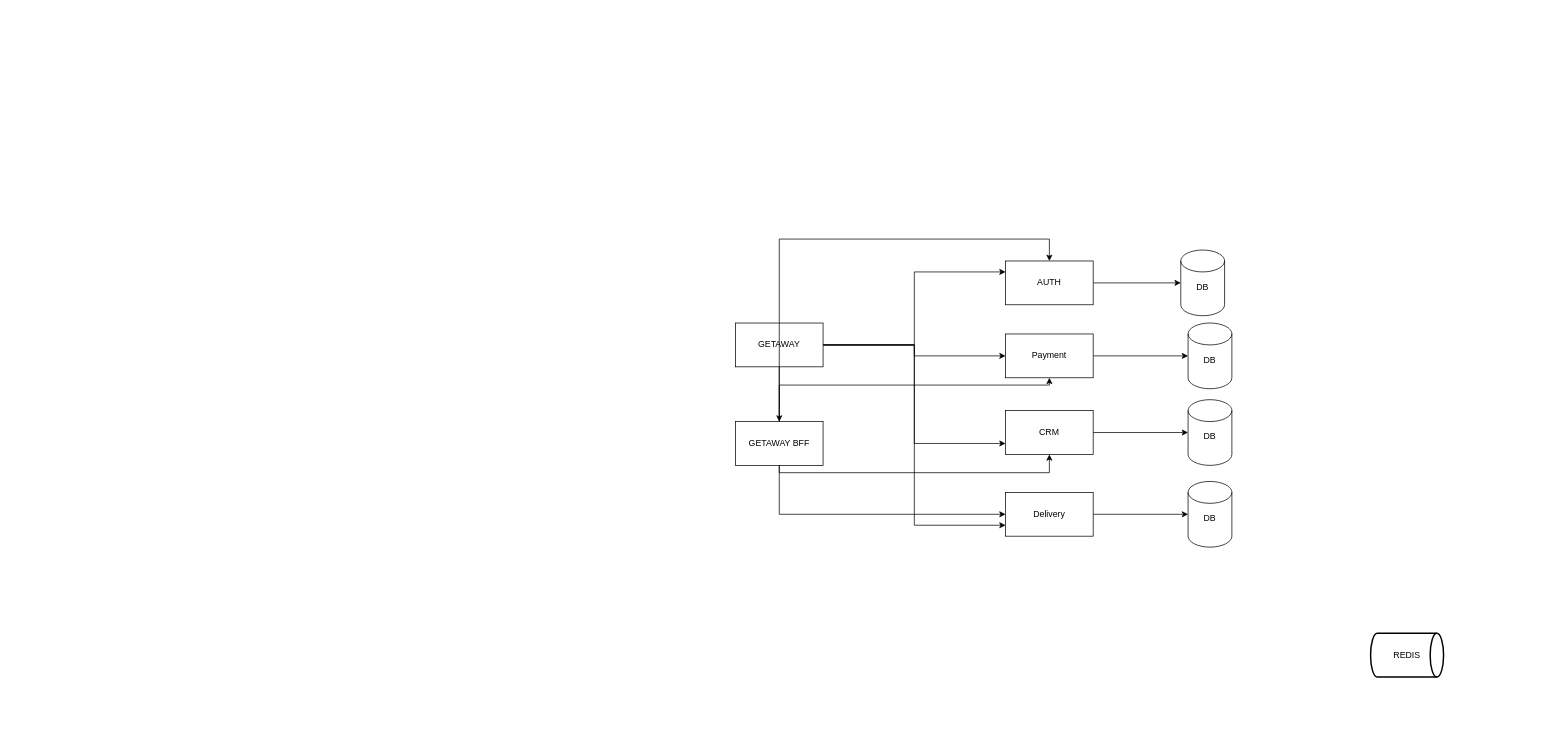
Above: lamenu.drawio in JscorpTech/draw (draw.io), before the change. Source tidied: cells renumbered, new cells numbered last; positions are measured from the earlier drawing's top-left corner, leaving out a move shared by most shapes. Both pictures are drawn from the tidied source at 73%, with x=0, y=0 at pixel (735, 239).
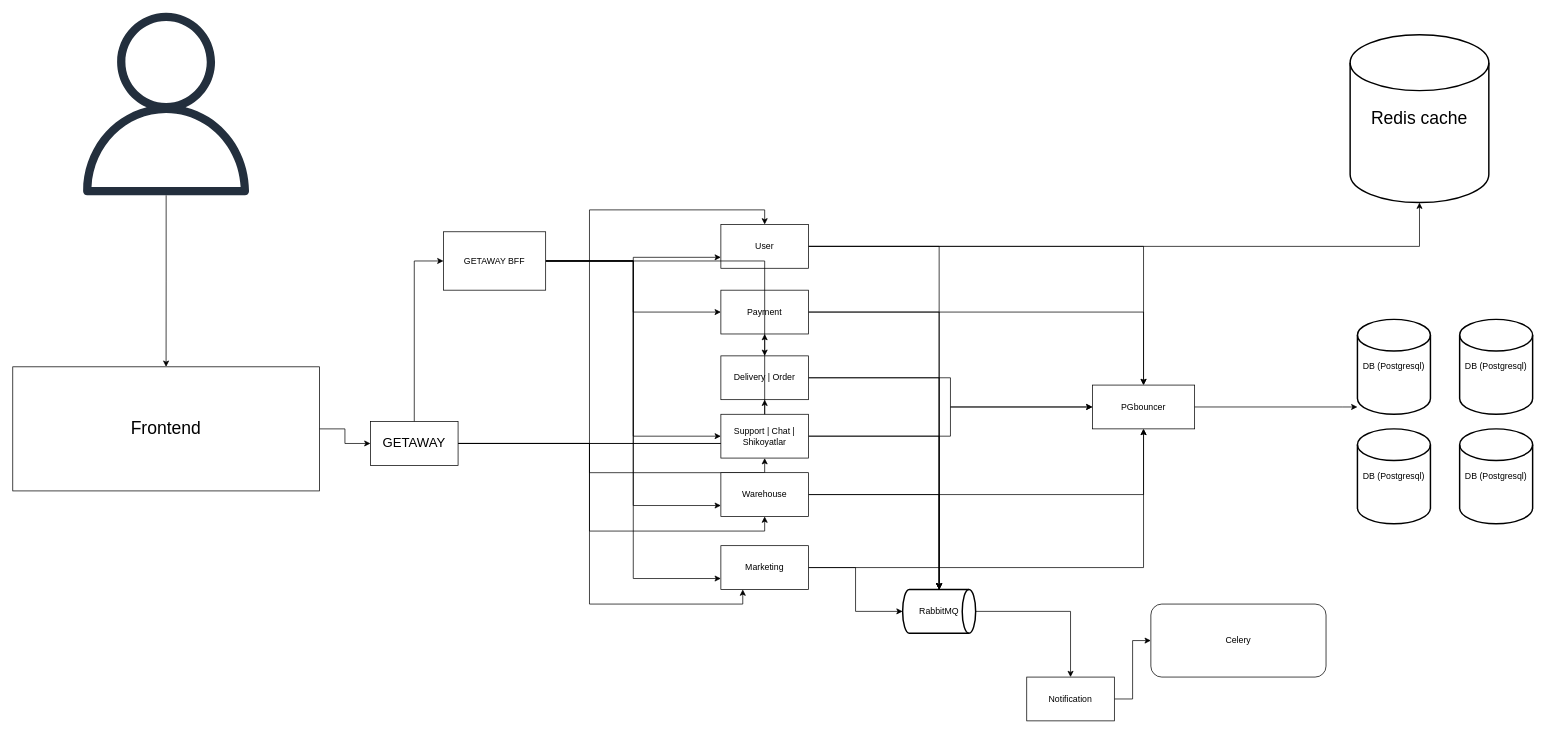
After the change.

Diff of the diagram source:
```diff
@@
-    <mxCell id="2" value="DB&lt;div&gt;&lt;br&gt;&lt;/div&gt;" style="shape=cylinder3;whiteSpace=wrap;html=1;boundedLbl=1;backgroundOutline=1;size=15;" parent="1" vertex="1">
-      <mxGeometry x="610" y="15" width="60" height="90" as="geometry" />
-    </mxCell>
-    <mxCell id="3" value="REDIS" style="strokeWidth=2;html=1;shape=mxgraph.flowchart.direct_data;whiteSpace=wrap;" parent="1" vertex="1">
-      <mxGeometry x="870" y="540" width="100" height="60" as="geometry" />
-    </mxCell>
-    <mxCell id="4" style="edgeStyle=orthogonalEdgeStyle;rounded=0;jettySize=auto;html=1;" parent="1" edge="1" source="5" target="2">
-      <mxGeometry relative="1" as="geometry" />
-    </mxCell>
+    <mxCell id="26" style="edgeStyle=orthogonalEdgeStyle;rounded=0;jettySize=auto;html=1;" parent="1" edge="1" source="5" target="51">
+      <mxGeometry relative="1" as="geometry" />
+    </mxCell>
+    <mxCell id="27" style="edgeStyle=orthogonalEdgeStyle;rounded=0;jettySize=auto;html=1;" parent="1" edge="1" source="5" target="52">
+      <mxGeometry relative="1" as="geometry" />
+    </mxCell>
+    <mxCell id="28" style="edgeStyle=orthogonalEdgeStyle;rounded=0;jettySize=auto;html=1;" parent="1" edge="1" source="5" target="55">
+      <mxGeometry relative="1" as="geometry" />
+    </mxCell>
-    <mxCell id="5" value="AUTH" style="rounded=0;whiteSpace=wrap;html=1;" parent="1" vertex="1">
-      <mxGeometry x="370" y="30" width="120" height="60" as="geometry" />
+    <mxCell id="5" value="User" style="rounded=0;whiteSpace=wrap;html=1;fillColor=light-dark(#FFFFFF,#006600);" parent="1" vertex="1">
+      <mxGeometry x="-20" y="-20" width="120" height="60" as="geometry" />
     </mxCell>
-    <mxCell id="6" style="edgeStyle=orthogonalEdgeStyle;rounded=0;jettySize=auto;html=1;" parent="1" edge="1" source="7" target="8">
-      <mxGeometry relative="1" as="geometry" />
-    </mxCell>
+    <mxCell id="29" style="edgeStyle=orthogonalEdgeStyle;rounded=0;jettySize=auto;html=1;" parent="1" edge="1" source="7" target="51">
+      <mxGeometry relative="1" as="geometry" />
+    </mxCell>
+    <mxCell id="30" style="edgeStyle=orthogonalEdgeStyle;rounded=0;jettySize=auto;html=1;" parent="1" edge="1" source="7" target="55">
+      <mxGeometry relative="1" as="geometry" />
+    </mxCell>
-    <mxCell id="7" value="Payment" style="rounded=0;whiteSpace=wrap;html=1;" parent="1" vertex="1">
-      <mxGeometry x="370" y="130" width="120" height="60" as="geometry" />
+    <mxCell id="7" value="Payment" style="rounded=0;whiteSpace=wrap;html=1;fillColor=light-dark(#FFFFFF,#006600);" parent="1" vertex="1">
+      <mxGeometry x="-20" y="70" width="120" height="60" as="geometry" />
     </mxCell>
-    <mxCell id="8" value="DB&lt;div&gt;&lt;br&gt;&lt;/div&gt;" style="shape=cylinder3;whiteSpace=wrap;html=1;boundedLbl=1;backgroundOutline=1;size=15;" parent="1" vertex="1">
-      <mxGeometry x="620" y="115" width="60" height="90" as="geometry" />
-    </mxCell>
-    <mxCell id="9" value="CRM" style="rounded=0;whiteSpace=wrap;html=1;" parent="1" vertex="1">
-      <mxGeometry x="370" y="235" width="120" height="60" as="geometry" />
-    </mxCell>
-    <mxCell id="10" style="edgeStyle=orthogonalEdgeStyle;rounded=0;jettySize=auto;html=1;" parent="1" edge="1" source="9" target="11">
-      <mxGeometry relative="1" as="geometry" />
-    </mxCell>
-    <mxCell id="11" value="DB&lt;div&gt;&lt;br&gt;&lt;/div&gt;" style="shape=cylinder3;whiteSpace=wrap;html=1;boundedLbl=1;backgroundOutline=1;size=15;" parent="1" vertex="1">
-      <mxGeometry x="620" y="220" width="60" height="90" as="geometry" />
-    </mxCell>
+    <mxCell id="31" style="edgeStyle=orthogonalEdgeStyle;rounded=0;jettySize=auto;html=1;" parent="1" edge="1" source="12" target="51">
+      <mxGeometry relative="1" as="geometry" />
+    </mxCell>
+    <mxCell id="32" style="edgeStyle=orthogonalEdgeStyle;rounded=0;jettySize=auto;html=1;" parent="1" edge="1" source="12" target="55">
+      <mxGeometry relative="1" as="geometry" />
+    </mxCell>
-    <mxCell id="12" value="Delivery" style="rounded=0;whiteSpace=wrap;html=1;" parent="1" vertex="1">
-      <mxGeometry x="370" y="347" width="120" height="60" as="geometry" />
+    <mxCell id="12" value="Delivery | Order" style="rounded=0;whiteSpace=wrap;html=1;fillColor=light-dark(#FFFFFF,#006600);" parent="1" vertex="1">
+      <mxGeometry x="-20" y="160" width="120" height="60" as="geometry" />
     </mxCell>
-    <mxCell id="13" style="edgeStyle=orthogonalEdgeStyle;rounded=0;jettySize=auto;html=1;" parent="1" edge="1" source="12" target="14">
-      <mxGeometry relative="1" as="geometry" />
-    </mxCell>
-    <mxCell id="14" value="DB&lt;div&gt;&lt;br&gt;&lt;/div&gt;" style="shape=cylinder3;whiteSpace=wrap;html=1;boundedLbl=1;backgroundOutline=1;size=15;" parent="1" vertex="1">
-      <mxGeometry x="620" y="332" width="60" height="90" as="geometry" />
-    </mxCell>
-    <mxCell id="15" style="edgeStyle=orthogonalEdgeStyle;rounded=0;jettySize=auto;html=1;entryX=0;entryY=0.25;entryDx=0;entryDy=0;" parent="1" edge="1" source="20" target="5">
+    <mxCell id="15" style="edgeStyle=orthogonalEdgeStyle;rounded=0;jettySize=auto;html=1;entryX=0.5;entryY=0;entryDx=0;entryDy=0;" parent="1" edge="1" source="20" target="5">
       <mxGeometry relative="1" as="geometry" />
     </mxCell>
@@
-    <mxCell id="17" style="edgeStyle=orthogonalEdgeStyle;rounded=0;jettySize=auto;html=1;entryX=0;entryY=0.75;entryDx=0;entryDy=0;" parent="1" edge="1" source="20" target="9">
-      <mxGeometry relative="1" as="geometry" />
-    </mxCell>
-    <mxCell id="18" style="edgeStyle=orthogonalEdgeStyle;rounded=0;jettySize=auto;html=1;entryX=0;entryY=0.75;entryDx=0;entryDy=0;" parent="1" edge="1" source="20" target="12">
+    <mxCell id="18" style="edgeStyle=orthogonalEdgeStyle;rounded=0;jettySize=auto;html=1;" parent="1" edge="1" source="20" target="12">
       <mxGeometry relative="1" as="geometry" />
     </mxCell>
+    <mxCell id="33" style="edgeStyle=orthogonalEdgeStyle;rounded=0;jettySize=auto;html=1;entryX=0.5;entryY=1;entryDx=0;entryDy=0;" parent="1" edge="1" source="20" target="41">
+      <mxGeometry relative="1" as="geometry" />
+    </mxCell>
+    <mxCell id="34" style="edgeStyle=orthogonalEdgeStyle;rounded=0;jettySize=auto;html=1;entryX=0.5;entryY=1;entryDx=0;entryDy=0;" parent="1" edge="1" source="20" target="49">
+      <mxGeometry relative="1" as="geometry" />
+    </mxCell>
+    <mxCell id="35" style="edgeStyle=orthogonalEdgeStyle;rounded=0;jettySize=auto;html=1;entryX=0.25;entryY=1;entryDx=0;entryDy=0;" parent="1" edge="1" source="20" target="46">
+      <mxGeometry relative="1" as="geometry" />
+    </mxCell>
-    <mxCell id="19" style="edgeStyle=orthogonalEdgeStyle;rounded=0;jettySize=auto;html=1;" parent="1" edge="1" source="20" target="25">
+    <mxCell id="19" style="edgeStyle=orthogonalEdgeStyle;rounded=0;jettySize=auto;html=1;entryX=0;entryY=0.5;entryDx=0;entryDy=0;" parent="1" edge="1" source="20" target="25">
       <mxGeometry relative="1" as="geometry" />
     </mxCell>
-    <mxCell id="20" value="GETAWAY" style="rounded=0;whiteSpace=wrap;html=1;" parent="1" vertex="1">
-      <mxGeometry y="115" width="120" height="60" as="geometry" />
+    <mxCell id="20" value="&lt;font style=&quot;color: light-dark(rgb(0, 0, 0), rgb(0, 0, 0)); font-size: 18px;&quot;&gt;GETAWAY&lt;/font&gt;" style="rounded=0;whiteSpace=wrap;html=1;fillColor=light-dark(#FFFFFF,#00CCCC);" parent="1" vertex="1">
+      <mxGeometry x="-500" y="250" width="120" height="60" as="geometry" />
     </mxCell>
+    <mxCell id="24" style="edgeStyle=orthogonalEdgeStyle;rounded=0;jettySize=auto;html=1;" parent="1" edge="1" source="25" target="12">
+      <mxGeometry relative="1" as="geometry" />
+    </mxCell>
-    <mxCell id="21" style="edgeStyle=orthogonalEdgeStyle;rounded=0;jettySize=auto;html=1;" parent="1" edge="1" source="25" target="5">
-      <mxGeometry relative="1" as="geometry">
-        <Array as="points">
-          <mxPoint x="60" />
-          <mxPoint x="430" />
-        </Array>
-      </mxGeometry>
+    <mxCell id="21" style="edgeStyle=orthogonalEdgeStyle;rounded=0;jettySize=auto;html=1;entryX=0;entryY=0.75;entryDx=0;entryDy=0;" parent="1" edge="1" source="25" target="5">
+      <mxGeometry relative="1" as="geometry" />
     </mxCell>
-    <mxCell id="22" style="edgeStyle=orthogonalEdgeStyle;rounded=0;jettySize=auto;html=1;" parent="1" edge="1" source="25" target="7">
-      <mxGeometry relative="1" as="geometry">
-        <Array as="points">
-          <mxPoint x="60" y="200" />
-          <mxPoint x="430" y="200" />
-        </Array>
-      </mxGeometry>
+    <mxCell id="22" style="edgeStyle=orthogonalEdgeStyle;rounded=0;jettySize=auto;html=1;entryX=0;entryY=0.5;entryDx=0;entryDy=0;" parent="1" edge="1" source="25" target="7">
+      <mxGeometry relative="1" as="geometry" />
     </mxCell>
-    <mxCell id="23" style="edgeStyle=orthogonalEdgeStyle;rounded=0;jettySize=auto;html=1;" parent="1" edge="1" source="25" target="9">
-      <mxGeometry relative="1" as="geometry">
-        <Array as="points">
-          <mxPoint x="60" y="320" />
-          <mxPoint x="430" y="320" />
-        </Array>
-      </mxGeometry>
-    </mxCell>
-    <mxCell id="24" style="edgeStyle=orthogonalEdgeStyle;rounded=0;jettySize=auto;html=1;" parent="1" edge="1" source="25" target="12">
-      <mxGeometry relative="1" as="geometry">
-        <Array as="points">
-          <mxPoint x="60" y="377" />
-        </Array>
-      </mxGeometry>
-    </mxCell>
+    <mxCell id="36" style="edgeStyle=orthogonalEdgeStyle;rounded=0;jettySize=auto;html=1;entryX=0;entryY=0.5;entryDx=0;entryDy=0;" parent="1" edge="1" source="25" target="41">
+      <mxGeometry relative="1" as="geometry" />
+    </mxCell>
+    <mxCell id="37" style="edgeStyle=orthogonalEdgeStyle;rounded=0;jettySize=auto;html=1;entryX=0;entryY=0.75;entryDx=0;entryDy=0;" parent="1" edge="1" source="25" target="49">
+      <mxGeometry relative="1" as="geometry" />
+    </mxCell>
+    <mxCell id="38" style="edgeStyle=orthogonalEdgeStyle;rounded=0;jettySize=auto;html=1;entryX=0;entryY=0.75;entryDx=0;entryDy=0;" parent="1" edge="1" source="25" target="46">
+      <mxGeometry relative="1" as="geometry" />
+    </mxCell>
-    <mxCell id="25" value="GETAWAY BFF" style="rounded=0;whiteSpace=wrap;html=1;" parent="1" vertex="1">
-      <mxGeometry y="250" width="120" height="60" as="geometry" />
+    <mxCell id="25" value="GETAWAY BFF" style="rounded=0;whiteSpace=wrap;html=1;fillColor=light-dark(#FFFFFF,#006600);" parent="1" vertex="1">
+      <mxGeometry x="-400" y="-10" width="140" height="80" as="geometry" />
     </mxCell>
+    <mxCell id="39" style="edgeStyle=orthogonalEdgeStyle;rounded=0;jettySize=auto;html=1;" parent="1" edge="1" source="41" target="51">
+      <mxGeometry relative="1" as="geometry" />
+    </mxCell>
+    <mxCell id="40" style="edgeStyle=orthogonalEdgeStyle;rounded=0;jettySize=auto;html=1;" parent="1" edge="1" source="41" target="55">
+      <mxGeometry relative="1" as="geometry" />
+    </mxCell>
+    <mxCell id="41" value="Support | Chat | Shikoyatlar" style="rounded=0;whiteSpace=wrap;html=1;fillColor=light-dark(#FFFFFF,#006600);" parent="1" vertex="1">
+      <mxGeometry x="-20" y="240" width="120" height="60" as="geometry" />
+    </mxCell>
+    <mxCell id="42" style="edgeStyle=orthogonalEdgeStyle;rounded=0;jettySize=auto;html=1;" parent="1" edge="1" source="43" target="56">
+      <mxGeometry relative="1" as="geometry" />
+    </mxCell>
+    <mxCell id="43" value="Notification" style="rounded=0;whiteSpace=wrap;html=1;fillColor=light-dark(#FFFFFF,#009900);" parent="1" vertex="1">
+      <mxGeometry x="399" y="600" width="120" height="60" as="geometry" />
+    </mxCell>
+    <mxCell id="44" style="edgeStyle=orthogonalEdgeStyle;rounded=0;jettySize=auto;html=1;" parent="1" edge="1" source="46" target="51">
+      <mxGeometry relative="1" as="geometry" />
+    </mxCell>
+    <mxCell id="45" style="edgeStyle=orthogonalEdgeStyle;rounded=0;jettySize=auto;html=1;" parent="1" edge="1" source="46" target="55">
+      <mxGeometry relative="1" as="geometry" />
+    </mxCell>
+    <mxCell id="46" value="Marketing" style="rounded=0;whiteSpace=wrap;html=1;fillColor=light-dark(#FFFFFF,#006600);" parent="1" vertex="1">
+      <mxGeometry x="-20" y="420" width="120" height="60" as="geometry" />
+    </mxCell>
+    <mxCell id="47" style="edgeStyle=orthogonalEdgeStyle;rounded=0;jettySize=auto;html=1;" parent="1" edge="1" source="49" target="51">
+      <mxGeometry relative="1" as="geometry" />
+    </mxCell>
+    <mxCell id="48" style="edgeStyle=orthogonalEdgeStyle;rounded=0;jettySize=auto;html=1;" parent="1" edge="1" source="49" target="55">
+      <mxGeometry relative="1" as="geometry" />
+    </mxCell>
+    <mxCell id="49" value="Warehouse" style="rounded=0;whiteSpace=wrap;html=1;fillColor=light-dark(#FFFFFF,#006600);" parent="1" vertex="1">
+      <mxGeometry x="-20" y="320" width="120" height="60" as="geometry" />
+    </mxCell>
+    <mxCell id="50" style="edgeStyle=orthogonalEdgeStyle;rounded=0;jettySize=auto;html=1;" parent="1" edge="1" source="51" target="43">
+      <mxGeometry relative="1" as="geometry" />
+    </mxCell>
+    <mxCell id="51" value="RabbitMQ" style="strokeWidth=2;html=1;shape=mxgraph.flowchart.direct_data;whiteSpace=wrap;fillColor=light-dark(#FFFFFF,#FF8000);" parent="1" vertex="1">
+      <mxGeometry x="229" y="480" width="100" height="60" as="geometry" />
+    </mxCell>
+    <mxCell id="52" value="&lt;font style=&quot;font-size: 24px;&quot;&gt;Redis cache&lt;/font&gt;" style="strokeWidth=2;html=1;shape=mxgraph.flowchart.database;whiteSpace=wrap;fillColor=light-dark(#FFFFFF,#FF3333);strokeColor=light-dark(#000000,#000000);" parent="1" vertex="1">
+      <mxGeometry x="842" y="-280" width="190" height="230" as="geometry" />
+    </mxCell>
+    <mxCell id="53" value="DB (Postgresql)" style="strokeWidth=2;html=1;shape=mxgraph.flowchart.database;whiteSpace=wrap;strokeColor=light-dark(#000000,#000000);fillColor=light-dark(#FFFFFF,#007FFF);" parent="1" vertex="1">
+      <mxGeometry x="852" y="110" width="100" height="130" as="geometry" />
+    </mxCell>
+    <mxCell id="54" style="edgeStyle=orthogonalEdgeStyle;rounded=0;jettySize=auto;html=1;" parent="1" edge="1" target="53">
+      <mxGeometry relative="1" as="geometry">
+        <mxPoint x="622" y="230" as="sourcePoint" />
+        <Array as="points">
+          <mxPoint x="832" y="230" />
+          <mxPoint x="832" y="230" />
+        </Array>
+      </mxGeometry>
+    </mxCell>
+    <mxCell id="55" value="PGbouncer" style="rounded=0;whiteSpace=wrap;html=1;fillColor=light-dark(#FFFFFF,#000099);" parent="1" vertex="1">
+      <mxGeometry x="489" y="200" width="140" height="60" as="geometry" />
+    </mxCell>
+    <mxCell id="56" value="Celery" style="rounded=1;whiteSpace=wrap;html=1;" parent="1" vertex="1">
+      <mxGeometry x="569" y="500" width="240" height="100" as="geometry" />
+    </mxCell>
+    <mxCell id="57" value="DB (Postgresql)" style="strokeWidth=2;html=1;shape=mxgraph.flowchart.database;whiteSpace=wrap;strokeColor=light-dark(#000000,#000000);fillColor=light-dark(#FFFFFF,#007FFF);" parent="1" vertex="1">
+      <mxGeometry x="852" y="260" width="100" height="130" as="geometry" />
+    </mxCell>
+    <mxCell id="58" value="DB (Postgresql)" style="strokeWidth=2;html=1;shape=mxgraph.flowchart.database;whiteSpace=wrap;strokeColor=light-dark(#000000,#000000);fillColor=light-dark(#FFFFFF,#007FFF);" parent="1" vertex="1">
+      <mxGeometry x="992" y="260" width="100" height="130" as="geometry" />
+    </mxCell>
+    <mxCell id="59" value="DB (Postgresql)" style="strokeWidth=2;html=1;shape=mxgraph.flowchart.database;whiteSpace=wrap;strokeColor=light-dark(#000000,#000000);fillColor=light-dark(#FFFFFF,#007FFF);" parent="1" vertex="1">
+      <mxGeometry x="992" y="110" width="100" height="130" as="geometry" />
+    </mxCell>
+    <mxCell id="60" style="edgeStyle=orthogonalEdgeStyle;rounded=0;jettySize=auto;html=1;entryX=0;entryY=0.5;entryDx=0;entryDy=0;" parent="1" edge="1" source="61" target="20">
+      <mxGeometry relative="1" as="geometry" />
+    </mxCell>
+    <mxCell id="61" value="&lt;font style=&quot;font-size: 24px;&quot;&gt;Frontend&lt;/font&gt;" style="rounded=0;whiteSpace=wrap;html=1;" parent="1" vertex="1">
+      <mxGeometry x="-990" y="175" width="420" height="170" as="geometry" />
+    </mxCell>
+    <mxCell id="62" style="edgeStyle=orthogonalEdgeStyle;rounded=0;jettySize=auto;html=1;" parent="1" edge="1" source="63" target="61">
+      <mxGeometry relative="1" as="geometry" />
+    </mxCell>
+    <mxCell id="63" style="sketch=0;outlineConnect=0;fontColor=#232F3E;gradientColor=none;fillColor=#232F3D;strokeColor=none;dashed=0;verticalLabelPosition=bottom;verticalAlign=top;align=center;html=1;fontSize=12;fontStyle=0;shape=mxgraph.aws4.user;" parent="1" vertex="1">
+      <mxGeometry x="-905" y="-310" width="250" height="250" as="geometry" />
+    </mxCell>
```
